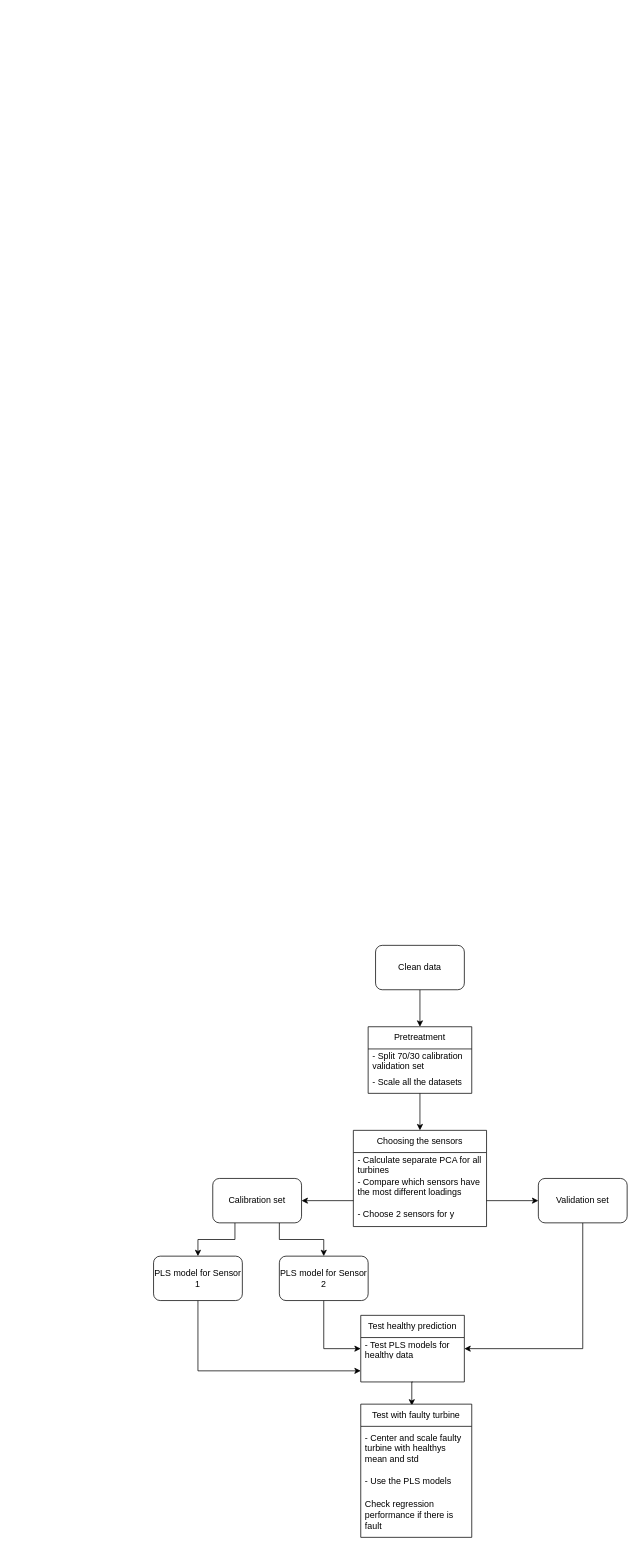
Earlier version of the draw.io diagram Untitled Diagram.drawio (akseliekseli/wind-turbine-a2-lut-adaml). Source tidied: cells renumbered, new cells numbered last; positions are measured from the earlier drawing's top-left corner, leaving out a move shared by most shapes. Both pictures are drawn from the tidied source at 74%, with x=0, y=0 at pixel (153, 945).
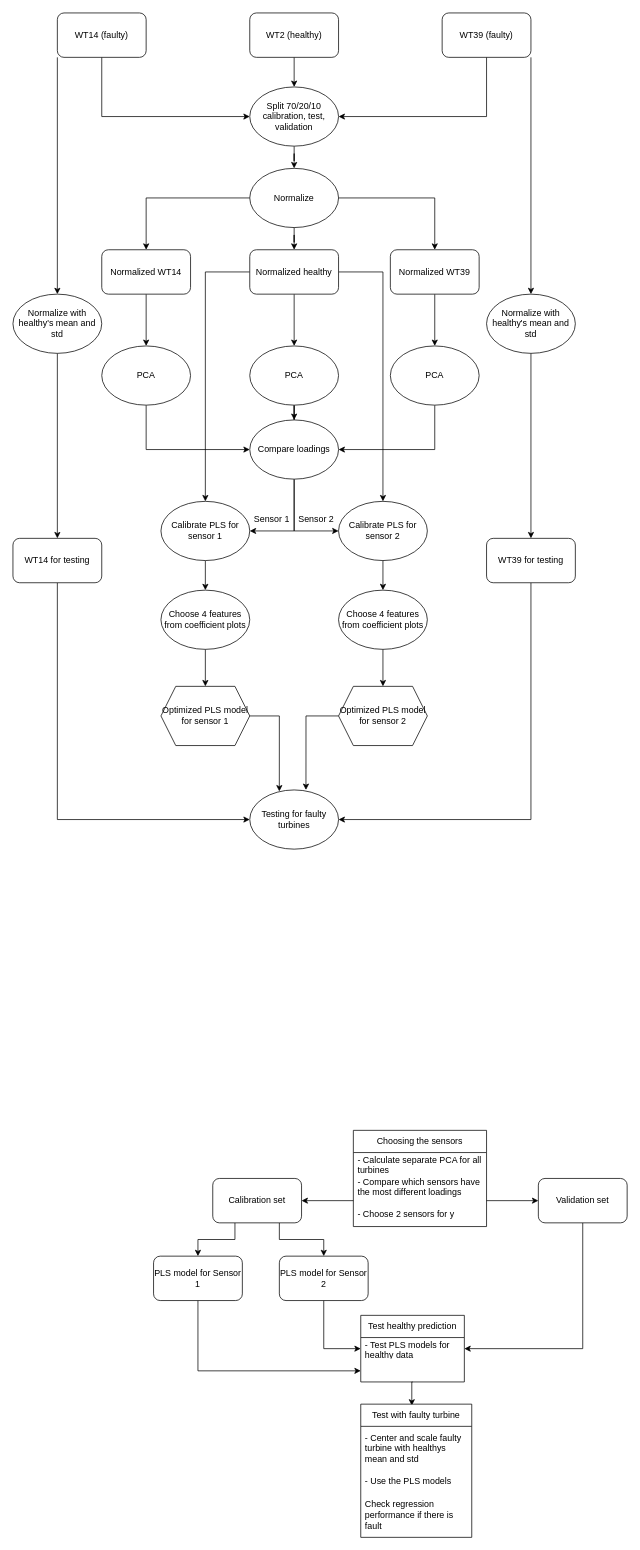
The same diagram, later.

Unchanged cells that the change refers to:
```xml
<mxCell id="12" value="Choosing the sensors" style="swimlane;fontStyle=0;horizontal=1;startSize=30;whiteSpace=wrap;html=1;" parent="1" vertex="1">
  <mxGeometry x="270" y="250" width="180" height="130" as="geometry" />
</mxCell>
```

Diff of the diagram source:
```diff
@@
     <mxCell id="2" style="edgeStyle=orthogonalEdgeStyle;rounded=0;orthogonalLoop=1;jettySize=auto;html=1;exitX=0.5;exitY=1;exitDx=0;exitDy=0;" parent="1" edge="1">
       <mxGeometry relative="1" as="geometry">
-        <mxPoint x="370" y="130" as="sourcePoint" />
+        <mxPoint x="200" y="-1180" as="sourcePoint" />
       </mxGeometry>
     </mxCell>
     <mxCell id="3" style="edgeStyle=orthogonalEdgeStyle;rounded=0;orthogonalLoop=1;jettySize=auto;html=1;exitX=0.5;exitY=1;exitDx=0;exitDy=0;" parent="1" edge="1">
       <mxGeometry relative="1" as="geometry">
-        <mxPoint x="370" y="220" as="sourcePoint" />
+        <mxPoint x="200" y="-1090" as="sourcePoint" />
       </mxGeometry>
     </mxCell>
     <mxCell id="4" style="edgeStyle=orthogonalEdgeStyle;rounded=0;orthogonalLoop=1;jettySize=auto;html=1;exitX=1;exitY=0.5;exitDx=0;exitDy=0;entryX=0;entryY=0.5;entryDx=0;entryDy=0;" parent="1" edge="1">
       <mxGeometry relative="1" as="geometry">
-        <mxPoint x="370" y="280" as="sourcePoint" />
+        <mxPoint x="200" y="-1030" as="sourcePoint" />
       </mxGeometry>
     </mxCell>
     <mxCell id="5" style="edgeStyle=orthogonalEdgeStyle;rounded=0;orthogonalLoop=1;jettySize=auto;html=1;exitX=0.5;exitY=1;exitDx=0;exitDy=0;entryX=0.5;entryY=0;entryDx=0;entryDy=0;" parent="1" edge="1">
       <mxGeometry relative="1" as="geometry">
-        <mxPoint x="310" y="310" as="sourcePoint" />
+        <mxPoint x="140" y="-1000" as="sourcePoint" />
       </mxGeometry>
     </mxCell>
-    <mxCell id="6" style="edgeStyle=orthogonalEdgeStyle;rounded=0;jettySize=auto;html=1;exitX=0.5;exitY=1;exitDx=0;exitDy=0;entryX=0.5;entryY=0;entryDx=0;entryDy=0;" parent="1" edge="1" source="7" target="12">
-      <mxGeometry relative="1" as="geometry" />
-    </mxCell>
-    <mxCell id="7" value="Pretreatment" style="swimlane;fontStyle=0;horizontal=1;startSize=30;whiteSpace=wrap;html=1;" parent="1" vertex="1">
-      <mxGeometry x="290" y="110" width="140" height="90" as="geometry" />
-    </mxCell>
-    <mxCell id="8" value="- Split 70/30 calibration validation set" style="text;strokeColor=none;fillColor=none;align=left;verticalAlign=middle;spacingLeft=4;spacingRight=4;overflow=hidden;whiteSpace=wrap;html=1;" parent="7" vertex="1">
-      <mxGeometry y="30" width="140" height="30" as="geometry" />
-    </mxCell>
-    <mxCell id="9" value="- Scale all the datasets " style="text;strokeColor=none;fillColor=none;align=left;verticalAlign=middle;spacingLeft=4;spacingRight=4;overflow=hidden;whiteSpace=wrap;html=1;" parent="7" vertex="1">
-      <mxGeometry y="60" width="140" height="30" as="geometry" />
-    </mxCell>
-    <mxCell id="10" style="edgeStyle=orthogonalEdgeStyle;rounded=0;jettySize=auto;html=1;exitX=0.5;exitY=1;exitDx=0;exitDy=0;entryX=0.5;entryY=0;entryDx=0;entryDy=0;" parent="1" edge="1" source="11" target="7">
-      <mxGeometry relative="1" as="geometry" />
-    </mxCell>
-    <mxCell id="11" value="Clean data" style="rounded=1;whiteSpace=wrap;html=1;" parent="1" vertex="1">
-      <mxGeometry x="300" width="120" height="60" as="geometry" />
-    </mxCell>
@@
+    <mxCell id="34" style="edgeStyle=orthogonalEdgeStyle;rounded=0;jettySize=auto;html=1;" parent="1" edge="1" source="35" target="47">
+      <mxGeometry relative="1" as="geometry" />
+    </mxCell>
+    <mxCell id="35" value="Split 70/20/10 calibration, test, validation" style="ellipse;whiteSpace=wrap;html=1;" parent="1" vertex="1">
+      <mxGeometry x="130" y="-1160" width="120" height="80" as="geometry" />
+    </mxCell>
+    <mxCell id="36" style="edgeStyle=orthogonalEdgeStyle;rounded=0;jettySize=auto;html=1;exitX=0.5;exitY=1;exitDx=0;exitDy=0;entryX=0;entryY=0.5;entryDx=0;entryDy=0;" parent="1" edge="1" source="38" target="35">
+      <mxGeometry relative="1" as="geometry" />
+    </mxCell>
+    <mxCell id="37" style="edgeStyle=orthogonalEdgeStyle;rounded=0;jettySize=auto;html=1;exitX=0;exitY=1;exitDx=0;exitDy=0;entryX=0.5;entryY=0;entryDx=0;entryDy=0;" parent="1" edge="1" source="38" target="81">
+      <mxGeometry relative="1" as="geometry" />
+    </mxCell>
+    <mxCell id="38" value="WT14 (faulty)" style="rounded=1;whiteSpace=wrap;html=1;" parent="1" vertex="1">
+      <mxGeometry x="-130" y="-1260" width="120" height="60" as="geometry" />
+    </mxCell>
+    <mxCell id="39" style="edgeStyle=orthogonalEdgeStyle;rounded=0;jettySize=auto;html=1;entryX=0.5;entryY=0;entryDx=0;entryDy=0;" parent="1" edge="1" source="40" target="35">
+      <mxGeometry relative="1" as="geometry" />
+    </mxCell>
+    <mxCell id="40" value="WT2 (healthy)" style="rounded=1;whiteSpace=wrap;html=1;" parent="1" vertex="1">
+      <mxGeometry x="130" y="-1260" width="120" height="60" as="geometry" />
+    </mxCell>
+    <mxCell id="41" style="edgeStyle=orthogonalEdgeStyle;rounded=0;jettySize=auto;html=1;exitX=0.5;exitY=1;exitDx=0;exitDy=0;entryX=1;entryY=0.5;entryDx=0;entryDy=0;" parent="1" edge="1" source="43" target="35">
+      <mxGeometry relative="1" as="geometry" />
+    </mxCell>
+    <mxCell id="42" style="edgeStyle=orthogonalEdgeStyle;rounded=0;jettySize=auto;html=1;exitX=1;exitY=1;exitDx=0;exitDy=0;" parent="1" edge="1" source="43" target="83">
+      <mxGeometry relative="1" as="geometry" />
+    </mxCell>
+    <mxCell id="43" value="WT39 (faulty)" style="rounded=1;whiteSpace=wrap;html=1;" parent="1" vertex="1">
+      <mxGeometry x="390" y="-1260" width="120" height="60" as="geometry" />
+    </mxCell>
+    <mxCell id="44" style="edgeStyle=orthogonalEdgeStyle;rounded=0;jettySize=auto;html=1;exitX=0;exitY=0.5;exitDx=0;exitDy=0;entryX=0.5;entryY=0;entryDx=0;entryDy=0;" parent="1" edge="1" source="47" target="53">
+      <mxGeometry relative="1" as="geometry" />
+    </mxCell>
+    <mxCell id="45" style="edgeStyle=orthogonalEdgeStyle;rounded=0;jettySize=auto;html=1;entryX=0.5;entryY=0;entryDx=0;entryDy=0;" parent="1" edge="1" source="47" target="51">
+      <mxGeometry relative="1" as="geometry" />
+    </mxCell>
+    <mxCell id="46" style="edgeStyle=orthogonalEdgeStyle;rounded=0;jettySize=auto;html=1;entryX=0.5;entryY=0;entryDx=0;entryDy=0;" parent="1" edge="1" source="47" target="55">
+      <mxGeometry relative="1" as="geometry" />
+    </mxCell>
+    <mxCell id="47" value="Normalize" style="ellipse;whiteSpace=wrap;html=1;" parent="1" vertex="1">
+      <mxGeometry x="130" y="-1050" width="120" height="80" as="geometry" />
+    </mxCell>
+    <mxCell id="48" style="edgeStyle=orthogonalEdgeStyle;rounded=0;jettySize=auto;html=1;exitX=0;exitY=0.5;exitDx=0;exitDy=0;entryX=0.5;entryY=0;entryDx=0;entryDy=0;" parent="1" edge="1" source="51" target="66">
+      <mxGeometry relative="1" as="geometry" />
+    </mxCell>
+    <mxCell id="49" style="edgeStyle=orthogonalEdgeStyle;rounded=0;jettySize=auto;html=1;exitX=1;exitY=0.5;exitDx=0;exitDy=0;" parent="1" edge="1" source="51" target="68">
+      <mxGeometry relative="1" as="geometry" />
+    </mxCell>
+    <mxCell id="50" style="edgeStyle=orthogonalEdgeStyle;rounded=0;jettySize=auto;html=1;entryX=0.5;entryY=0;entryDx=0;entryDy=0;" parent="1" edge="1" source="51" target="59">
+      <mxGeometry relative="1" as="geometry" />
+    </mxCell>
+    <mxCell id="51" value="Normalized healthy" style="rounded=1;whiteSpace=wrap;html=1;" parent="1" vertex="1">
+      <mxGeometry x="130" y="-940" width="120" height="60" as="geometry" />
+    </mxCell>
+    <mxCell id="52" style="edgeStyle=orthogonalEdgeStyle;rounded=0;jettySize=auto;html=1;exitX=0.5;exitY=1;exitDx=0;exitDy=0;entryX=0.5;entryY=0;entryDx=0;entryDy=0;" parent="1" edge="1" source="53" target="57">
+      <mxGeometry relative="1" as="geometry" />
+    </mxCell>
+    <mxCell id="53" value="Normalized WT14" style="rounded=1;whiteSpace=wrap;html=1;" parent="1" vertex="1">
+      <mxGeometry x="-70" y="-940" width="120" height="60" as="geometry" />
+    </mxCell>
+    <mxCell id="54" style="edgeStyle=orthogonalEdgeStyle;rounded=0;jettySize=auto;html=1;exitX=0.5;exitY=1;exitDx=0;exitDy=0;entryX=0.5;entryY=0;entryDx=0;entryDy=0;" parent="1" edge="1" source="55" target="61">
+      <mxGeometry relative="1" as="geometry" />
+    </mxCell>
+    <mxCell id="55" value="Normalized WT39" style="rounded=1;whiteSpace=wrap;html=1;" parent="1" vertex="1">
+      <mxGeometry x="320" y="-940" width="120" height="60" as="geometry" />
+    </mxCell>
+    <mxCell id="56" style="edgeStyle=orthogonalEdgeStyle;rounded=0;jettySize=auto;html=1;entryX=0;entryY=0.5;entryDx=0;entryDy=0;exitX=0.5;exitY=1;exitDx=0;exitDy=0;" parent="1" edge="1" source="57" target="64">
+      <mxGeometry relative="1" as="geometry" />
+    </mxCell>
+    <mxCell id="57" value="PCA" style="ellipse;whiteSpace=wrap;html=1;" parent="1" vertex="1">
+      <mxGeometry x="-70" y="-810" width="120" height="80" as="geometry" />
+    </mxCell>
+    <mxCell id="58" style="edgeStyle=orthogonalEdgeStyle;rounded=0;jettySize=auto;html=1;" parent="1" edge="1" source="59" target="64">
+      <mxGeometry relative="1" as="geometry" />
+    </mxCell>
+    <mxCell id="59" value="PCA" style="ellipse;whiteSpace=wrap;html=1;" parent="1" vertex="1">
+      <mxGeometry x="130" y="-810" width="120" height="80" as="geometry" />
+    </mxCell>
+    <mxCell id="60" style="edgeStyle=orthogonalEdgeStyle;rounded=0;jettySize=auto;html=1;entryX=1;entryY=0.5;entryDx=0;entryDy=0;exitX=0.5;exitY=1;exitDx=0;exitDy=0;" parent="1" edge="1" source="61" target="64">
+      <mxGeometry relative="1" as="geometry" />
+    </mxCell>
+    <mxCell id="61" value="PCA" style="ellipse;whiteSpace=wrap;html=1;" parent="1" vertex="1">
+      <mxGeometry x="320" y="-810" width="120" height="80" as="geometry" />
+    </mxCell>
+    <mxCell id="62" style="edgeStyle=orthogonalEdgeStyle;rounded=0;jettySize=auto;html=1;exitX=0.5;exitY=1;exitDx=0;exitDy=0;entryX=1;entryY=0.5;entryDx=0;entryDy=0;" parent="1" edge="1" source="64" target="66">
+      <mxGeometry relative="1" as="geometry" />
+    </mxCell>
+    <mxCell id="63" style="edgeStyle=orthogonalEdgeStyle;rounded=0;jettySize=auto;html=1;entryX=0;entryY=0.5;entryDx=0;entryDy=0;" parent="1" edge="1" source="64" target="68">
+      <mxGeometry relative="1" as="geometry" />
+    </mxCell>
+    <mxCell id="64" value="Compare loadings" style="ellipse;whiteSpace=wrap;html=1;" parent="1" vertex="1">
+      <mxGeometry x="130" y="-710" width="120" height="80" as="geometry" />
+    </mxCell>
+    <mxCell id="65" style="edgeStyle=orthogonalEdgeStyle;rounded=0;jettySize=auto;html=1;" parent="1" edge="1" source="66" target="72">
+      <mxGeometry relative="1" as="geometry" />
+    </mxCell>
+    <mxCell id="66" value="Calibrate PLS for sensor 1" style="ellipse;whiteSpace=wrap;html=1;" parent="1" vertex="1">
+      <mxGeometry x="10" y="-600" width="120" height="80" as="geometry" />
+    </mxCell>
+    <mxCell id="67" style="edgeStyle=orthogonalEdgeStyle;rounded=0;jettySize=auto;html=1;" parent="1" edge="1" source="68" target="74">
+      <mxGeometry relative="1" as="geometry" />
+    </mxCell>
+    <mxCell id="68" value="Calibrate PLS for sensor 2" style="ellipse;whiteSpace=wrap;html=1;" parent="1" vertex="1">
+      <mxGeometry x="250" y="-600" width="120" height="80" as="geometry" />
+    </mxCell>
+    <mxCell id="69" value="Sensor 1" style="text;html=1;strokeColor=none;fillColor=none;align=center;verticalAlign=middle;whiteSpace=wrap;rounded=0;" parent="1" vertex="1">
+      <mxGeometry x="130" y="-590" width="60" height="30" as="geometry" />
+    </mxCell>
+    <mxCell id="70" value="Sensor 2" style="text;html=1;strokeColor=none;fillColor=none;align=center;verticalAlign=middle;whiteSpace=wrap;rounded=0;" parent="1" vertex="1">
+      <mxGeometry x="190" y="-590" width="60" height="30" as="geometry" />
+    </mxCell>
+    <mxCell id="71" style="edgeStyle=orthogonalEdgeStyle;rounded=0;jettySize=auto;html=1;entryX=0.5;entryY=0;entryDx=0;entryDy=0;" parent="1" edge="1" source="72" target="75">
+      <mxGeometry relative="1" as="geometry" />
+    </mxCell>
+    <mxCell id="72" value="Choose 4 features from coefficient plots" style="ellipse;whiteSpace=wrap;html=1;" parent="1" vertex="1">
+      <mxGeometry x="10" y="-480" width="120" height="80" as="geometry" />
+    </mxCell>
+    <mxCell id="73" style="edgeStyle=orthogonalEdgeStyle;rounded=0;jettySize=auto;html=1;" parent="1" edge="1" source="74" target="76">
+      <mxGeometry relative="1" as="geometry" />
+    </mxCell>
+    <mxCell id="74" value="Choose 4 features from coefficient plots" style="ellipse;whiteSpace=wrap;html=1;" parent="1" vertex="1">
+      <mxGeometry x="250" y="-480" width="120" height="80" as="geometry" />
+    </mxCell>
+    <mxCell id="75" value="Optimized PLS model for sensor 1" style="shape=hexagon;perimeter=hexagonPerimeter2;whiteSpace=wrap;html=1;fixedSize=1;" parent="1" vertex="1">
+      <mxGeometry x="10" y="-350" width="120" height="80" as="geometry" />
+    </mxCell>
+    <mxCell id="76" value="Optimized PLS model for sensor 2" style="shape=hexagon;perimeter=hexagonPerimeter2;whiteSpace=wrap;html=1;fixedSize=1;" parent="1" vertex="1">
+      <mxGeometry x="250" y="-350" width="120" height="80" as="geometry" />
+    </mxCell>
+    <mxCell id="77" value="Testing for faulty turbines" style="ellipse;whiteSpace=wrap;html=1;" parent="1" vertex="1">
+      <mxGeometry x="130" y="-210" width="120" height="80" as="geometry" />
+    </mxCell>
+    <mxCell id="78" style="edgeStyle=orthogonalEdgeStyle;rounded=0;jettySize=auto;html=1;exitX=1;exitY=0.5;exitDx=0;exitDy=0;entryX=0.333;entryY=0.025;entryDx=0;entryDy=0;entryPerimeter=0;" parent="1" edge="1" source="75" target="77">
+      <mxGeometry relative="1" as="geometry" />
+    </mxCell>
+    <mxCell id="79" style="edgeStyle=orthogonalEdgeStyle;rounded=0;jettySize=auto;html=1;exitX=0;exitY=0.5;exitDx=0;exitDy=0;entryX=0.633;entryY=0;entryDx=0;entryDy=0;entryPerimeter=0;" parent="1" edge="1" source="76" target="77">
+      <mxGeometry relative="1" as="geometry" />
+    </mxCell>
+    <mxCell id="80" style="edgeStyle=orthogonalEdgeStyle;rounded=0;jettySize=auto;html=1;" parent="1" edge="1" source="81" target="85">
+      <mxGeometry relative="1" as="geometry" />
+    </mxCell>
+    <mxCell id="81" value="Normalize with healthy's mean and std" style="ellipse;whiteSpace=wrap;html=1;" parent="1" vertex="1">
+      <mxGeometry x="-190" y="-880" width="120" height="80" as="geometry" />
+    </mxCell>
+    <mxCell id="82" style="edgeStyle=orthogonalEdgeStyle;rounded=0;jettySize=auto;html=1;" parent="1" edge="1" source="83" target="87">
+      <mxGeometry relative="1" as="geometry" />
+    </mxCell>
+    <mxCell id="83" value="Normalize with healthy's mean and std" style="ellipse;whiteSpace=wrap;html=1;" parent="1" vertex="1">
+      <mxGeometry x="450" y="-880" width="120" height="80" as="geometry" />
+    </mxCell>
+    <mxCell id="84" style="edgeStyle=orthogonalEdgeStyle;rounded=0;jettySize=auto;html=1;entryX=0;entryY=0.5;entryDx=0;entryDy=0;" parent="1" edge="1" source="85" target="77">
+      <mxGeometry relative="1" as="geometry">
+        <Array as="points">
+          <mxPoint x="-130" y="-170" />
+        </Array>
+      </mxGeometry>
+    </mxCell>
+    <mxCell id="85" value="WT14 for testing" style="rounded=1;whiteSpace=wrap;html=1;" parent="1" vertex="1">
+      <mxGeometry x="-190" y="-550" width="120" height="60" as="geometry" />
+    </mxCell>
+    <mxCell id="86" style="edgeStyle=orthogonalEdgeStyle;rounded=0;jettySize=auto;html=1;entryX=1;entryY=0.5;entryDx=0;entryDy=0;" parent="1" edge="1" source="87" target="77">
+      <mxGeometry relative="1" as="geometry">
+        <Array as="points">
+          <mxPoint x="510" y="-170" />
+        </Array>
+      </mxGeometry>
+    </mxCell>
+    <mxCell id="87" value="WT39 for testing" style="rounded=1;whiteSpace=wrap;html=1;" parent="1" vertex="1">
+      <mxGeometry x="450" y="-550" width="120" height="60" as="geometry" />
+    </mxCell>
```
